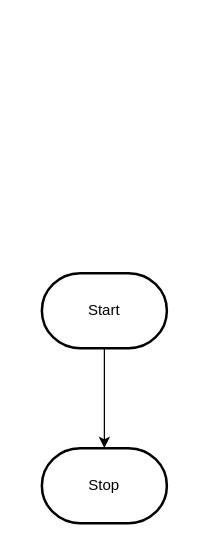
Earlier version of the draw.io diagram design/flowchart.drawio (Dominic-Madeira/ICS2O-Unit-3-03-Dominic-Madeira). Source tidied: cells renumbered, new cells numbered last; positions are measured from the earlier drawing's top-left corner, leaving out a move shared by most shapes. Both pictures are drawn from the tidied source at 125%, with x=0, y=0 at pixel (41, 272).
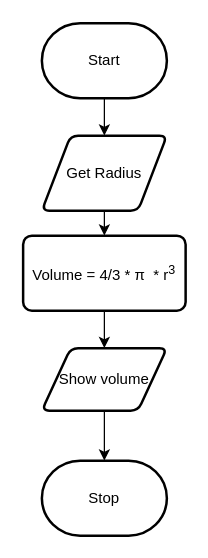
The same page after the edit.

What changed in the source:
```diff
@@
 <mxGraphModel>
   <root>
     <mxCell id="0" />
     <mxCell id="1" parent="0" />
-    <mxCell id="2" style="edgeStyle=orthogonalEdgeStyle;html=1;rounded=0;" parent="1" edge="1" source="3" target="4">
-      <mxGeometry relative="1" as="geometry" />
-    </mxCell>
+    <mxCell id="5" style="edgeStyle=none;html=1;exitX=0.5;exitY=1;exitDx=0;exitDy=0;exitPerimeter=0;entryX=0.5;entryY=0;entryDx=0;entryDy=0;" parent="1" edge="1" source="3" target="7">
+      <mxGeometry relative="1" as="geometry" />
+    </mxCell>
     <mxCell id="3" value="Start" style="strokeWidth=2;html=1;shape=mxgraph.flowchart.terminator;whiteSpace=wrap;" parent="1" vertex="1">
-      <mxGeometry width="100" height="60" as="geometry" />
+      <mxGeometry y="-200" width="100" height="60" as="geometry" />
     </mxCell>
     <mxCell id="4" value="Stop" style="strokeWidth=2;html=1;shape=mxgraph.flowchart.terminator;whiteSpace=wrap;" parent="1" vertex="1">
-      <mxGeometry y="140" width="100" height="60" as="geometry" />
+      <mxGeometry y="150" width="100" height="60" as="geometry" />
     </mxCell>
+    <mxCell id="6" style="edgeStyle=none;html=1;exitX=0.5;exitY=1;exitDx=0;exitDy=0;entryX=0.5;entryY=0;entryDx=0;entryDy=0;" parent="1" edge="1" source="7" target="9">
+      <mxGeometry relative="1" as="geometry" />
+    </mxCell>
+    <mxCell id="7" value="Get Radius" style="shape=parallelogram;html=1;strokeWidth=2;perimeter=parallelogramPerimeter;whiteSpace=wrap;rounded=1;arcSize=12;size=0.23;" parent="1" vertex="1">
+      <mxGeometry y="-110" width="100" height="60" as="geometry" />
+    </mxCell>
+    <mxCell id="8" style="edgeStyle=none;html=1;exitX=0.5;exitY=1;exitDx=0;exitDy=0;entryX=0.5;entryY=0;entryDx=0;entryDy=0;" parent="1" edge="1" source="9" target="11">
+      <mxGeometry relative="1" as="geometry" />
+    </mxCell>
+    <mxCell id="9" value="Volume = 4/3 * π&amp;nbsp; * r&lt;sup&gt;3&lt;/sup&gt;" style="rounded=1;whiteSpace=wrap;html=1;absoluteArcSize=1;arcSize=14;strokeWidth=2;" parent="1" vertex="1">
+      <mxGeometry x="-15" y="-30" width="130" height="60" as="geometry" />
+    </mxCell>
+    <mxCell id="10" style="edgeStyle=none;html=1;exitX=0.5;exitY=1;exitDx=0;exitDy=0;entryX=0.5;entryY=0;entryDx=0;entryDy=0;entryPerimeter=0;" parent="1" edge="1" source="11" target="4">
+      <mxGeometry relative="1" as="geometry" />
+    </mxCell>
+    <mxCell id="11" value="Show volume" style="shape=parallelogram;html=1;strokeWidth=2;perimeter=parallelogramPerimeter;whiteSpace=wrap;rounded=1;arcSize=12;size=0.23;" parent="1" vertex="1">
+      <mxGeometry y="60" width="100" height="50" as="geometry" />
+    </mxCell>
   </root>
 </mxGraphModel>
```
